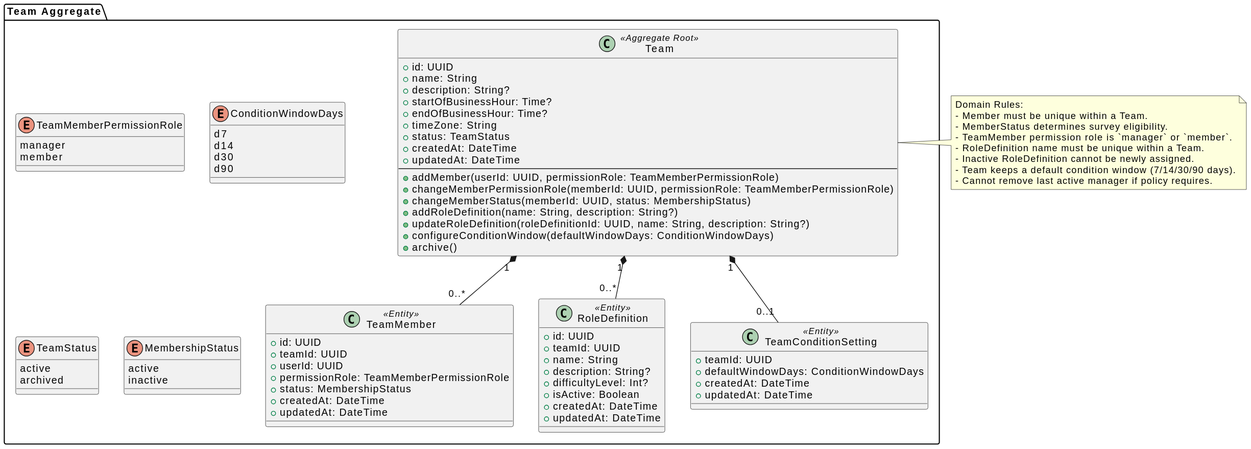
Before: docs/generated-diagrams/domain-models/team-aggregate.svg, a diagram exported from PlantUML (Bonbooon/teamdev-2026). The source it was exported from:
```plantuml
@startuml
package "Team Aggregate" {

  class Team <<Aggregate Root>> {
    +id: UUID
    +name: String
    +description: String?
    +startOfBusinessHour: Time?
    +endOfBusinessHour: Time?
    +timeZone: String
    +status: TeamStatus
    +createdAt: DateTime
    +updatedAt: DateTime
    --
    +addMember(userId: UUID, permissionRole: TeamMemberPermissionRole)
    +changeMemberPermissionRole(memberId: UUID, permissionRole: TeamMemberPermissionRole)
    +changeMemberStatus(memberId: UUID, status: MembershipStatus)
    +addRoleDefinition(name: String, description: String?)
    +updateRoleDefinition(roleDefinitionId: UUID, name: String, description: String?)
    +configureConditionWindow(defaultWindowDays: ConditionWindowDays)
    +archive()
  }

  class TeamMember <<Entity>> {
    +id: UUID
    +teamId: UUID
    +userId: UUID
    +permissionRole: TeamMemberPermissionRole
    +status: MembershipStatus
    +createdAt: DateTime
    +updatedAt: DateTime
  }

  class RoleDefinition <<Entity>> {
    +id: UUID
    +teamId: UUID
    +name: String
    +description: String?
    +difficultyLevel: Int?
    +isActive: Boolean
    +createdAt: DateTime
    +updatedAt: DateTime
  }

  class TeamConditionSetting <<Entity>> {
    +teamId: UUID
    +defaultWindowDays: ConditionWindowDays
    +createdAt: DateTime
    +updatedAt: DateTime
  }

  enum TeamMemberPermissionRole {
    manager
    member
  }

  enum ConditionWindowDays {
    d7
    d14
    d30
    d90
  }

  enum TeamStatus {
    active
    archived
  }

  enum MembershipStatus {
    active
    inactive
  }

  Team "1" *-- "0..*" TeamMember
  Team "1" *-- "0..*" RoleDefinition
  Team "1" *-- "0..1" TeamConditionSetting
}

note right of Team
Domain Rules:
- Member must be unique within a Team.
- MemberStatus determines survey eligibility.
- TeamMember permission role is `manager` or `member`.
- RoleDefinition name must be unique within a Team.
- Inactive RoleDefinition cannot be newly assigned.
- Team keeps a default condition window (7/14/30/90 days).
- Cannot remove last active manager if policy requires.
end note
@enduml
```
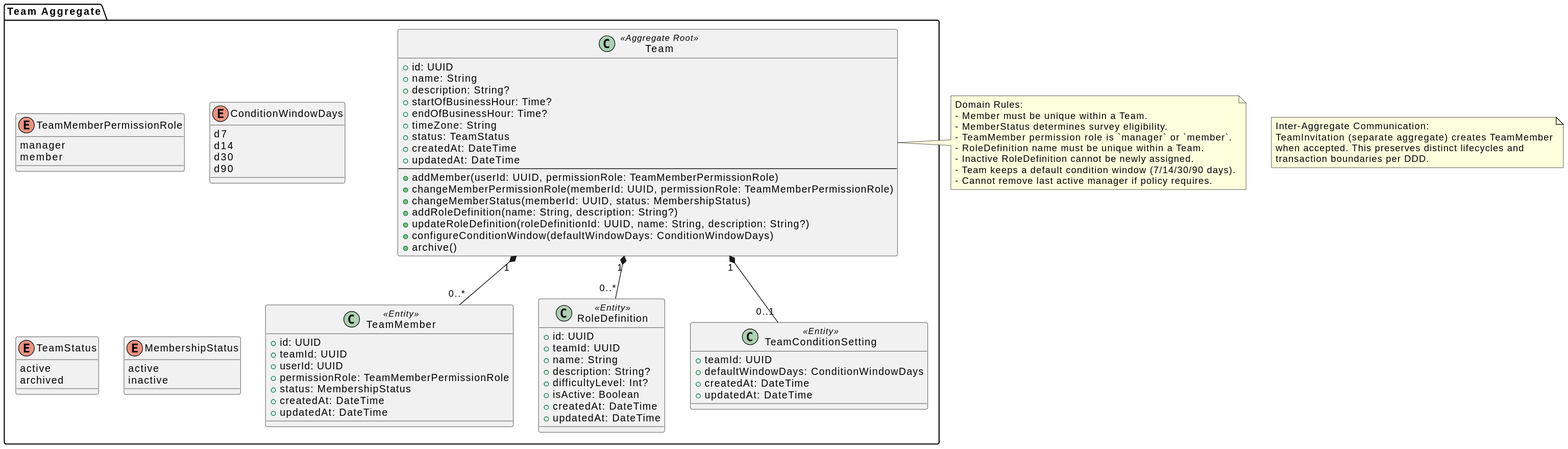
After the commit.

Commit message:
chore(diagrams): auto-generate SVGs

Diff of the diagram source:
```diff
@@ -86,4 +86,11 @@
 - Team keeps a default condition window (7/14/30/90 days).
 - Cannot remove last active manager if policy requires.
 end note
+
+note as N1
+Inter-Aggregate Communication:
+TeamInvitation (separate aggregate) creates TeamMember
+when accepted. This preserves distinct lifecycles and
+transaction boundaries per DDD.
+end note
 @enduml
```
